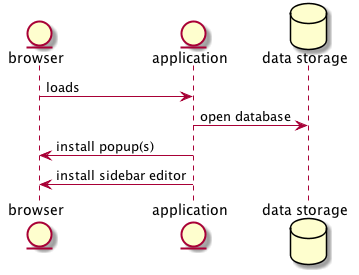
The PlantUML diagram diagrams/seq.startup.png in linuxwolf/lockbox-experiments, before a commit. Its diagram source:
```plantuml
@startuml

entity browser
entity "application" as app
database "data storage" as ds

browser -> app : loads
app -> ds : open database
app -> browser : install popup(s)
app -> browser : install sidebar editor

@enduml
```
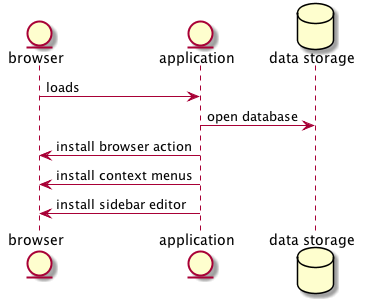
The same file after the commit.

What changed in the source:
```diff
@@ -6,7 +6,8 @@
 
 browser -> app : loads
 app -> ds : open database
-app -> browser : install popup(s)
+app -> browser : install browser action
+app -> browser : install context menus
 app -> browser : install sidebar editor
 
 @enduml
```
